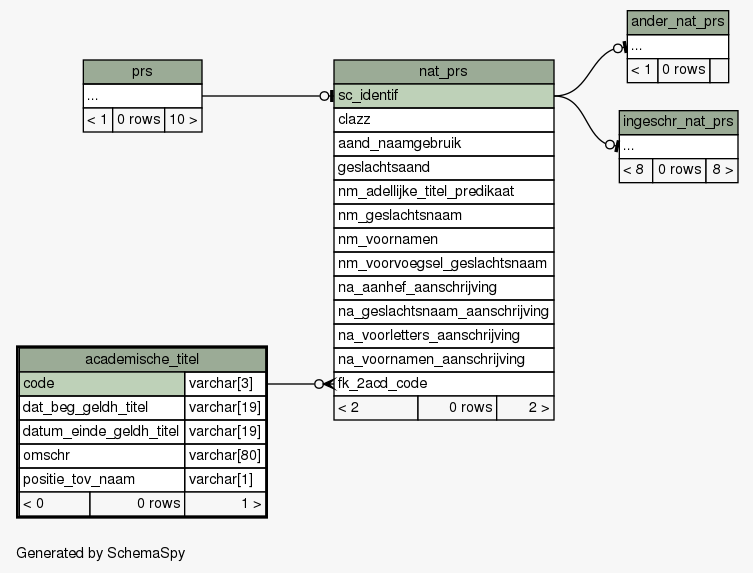
This is datamodel/schemaspy/diagrams/academische_titel.2degrees.png from B3Partners/brmo, a Graphviz export, as it was before one commit. Its source is kept beside it as datamodel/schemaspy/diagrams/academische_titel.2degrees.dot. The source it was exported from:
```dot
digraph "twoDegreesRelationshipsDiagram" {
  graph [
    rankdir="RL"
    bgcolor="#f7f7f7"
    label="\nGenerated by SchemaSpy"
    labeljust="l"
    nodesep="0.18"
    ranksep="0.46"
    fontname="Helvetica"
    fontsize="11"
  ];
  node [
    fontname="Helvetica"
    fontsize="11"
    shape="plaintext"
  ];
  edge [
    arrowsize="0.8"
  ];
  "ander_nat_prs":"elipses":w -> "nat_prs":"sc_identif":e [arrowhead=none dir=back arrowtail=teeodot];
  "ingeschr_nat_prs":"elipses":w -> "nat_prs":"sc_identif":e [arrowhead=none dir=back arrowtail=teeodot];
  "nat_prs":"fk_2acd_code":w -> "academische_titel":"code.type":e [arrowhead=none dir=back arrowtail=crowodot];
  "nat_prs":"sc_identif":w -> "prs":"elipses":e [arrowhead=none dir=back arrowtail=teeodot];
  "academische_titel" [
    label=<
    <TABLE BORDER="2" CELLBORDER="1" CELLSPACING="0" BGCOLOR="#ffffff">
      <TR><TD COLSPAN="3" BGCOLOR="#9bab96" ALIGN="CENTER">academische_titel</TD></TR>
      <TR><TD PORT="code" COLSPAN="2" BGCOLOR="#bed1b8" ALIGN="LEFT">code</TD><TD PORT="code.type" ALIGN="LEFT">varchar[3]</TD></TR>
      <TR><TD PORT="dat_beg_geldh_titel" COLSPAN="2" ALIGN="LEFT">dat_beg_geldh_titel</TD><TD PORT="dat_beg_geldh_titel.type" ALIGN="LEFT">varchar[19]</TD></TR>
      <TR><TD PORT="datum_einde_geldh_titel" COLSPAN="2" ALIGN="LEFT">datum_einde_geldh_titel</TD><TD PORT="datum_einde_geldh_titel.type" ALIGN="LEFT">varchar[19]</TD></TR>
      <TR><TD PORT="omschr" COLSPAN="2" ALIGN="LEFT">omschr</TD><TD PORT="omschr.type" ALIGN="LEFT">varchar[80]</TD></TR>
      <TR><TD PORT="positie_tov_naam" COLSPAN="2" ALIGN="LEFT">positie_tov_naam</TD><TD PORT="positie_tov_naam.type" ALIGN="LEFT">varchar[1]</TD></TR>
      <TR><TD ALIGN="LEFT" BGCOLOR="#f7f7f7">&lt; 0</TD><TD ALIGN="RIGHT" BGCOLOR="#f7f7f7">0 rows</TD><TD ALIGN="RIGHT" BGCOLOR="#f7f7f7">1 &gt;</TD></TR>
    </TABLE>>
    URL="academische_titel.html"
    tooltip="academische_titel"
  ];
  "ander_nat_prs" [
    label=<
    <TABLE BORDER="0" CELLBORDER="1" CELLSPACING="0" BGCOLOR="#ffffff">
      <TR><TD COLSPAN="3" BGCOLOR="#9bab96" ALIGN="CENTER">ander_nat_prs</TD></TR>
      <TR><TD PORT="elipses" COLSPAN="3" ALIGN="LEFT">...</TD></TR>
      <TR><TD ALIGN="LEFT" BGCOLOR="#f7f7f7">&lt; 1</TD><TD ALIGN="RIGHT" BGCOLOR="#f7f7f7">0 rows</TD><TD ALIGN="RIGHT" BGCOLOR="#f7f7f7">  </TD></TR>
    </TABLE>>
    URL="ander_nat_prs.html"
    tooltip="ander_nat_prs"
  ];
  "ingeschr_nat_prs" [
    label=<
    <TABLE BORDER="0" CELLBORDER="1" CELLSPACING="0" BGCOLOR="#ffffff">
      <TR><TD COLSPAN="3" BGCOLOR="#9bab96" ALIGN="CENTER">ingeschr_nat_prs</TD></TR>
      <TR><TD PORT="elipses" COLSPAN="3" ALIGN="LEFT">...</TD></TR>
      <TR><TD ALIGN="LEFT" BGCOLOR="#f7f7f7">&lt; 8</TD><TD ALIGN="RIGHT" BGCOLOR="#f7f7f7">0 rows</TD><TD ALIGN="RIGHT" BGCOLOR="#f7f7f7">8 &gt;</TD></TR>
    </TABLE>>
    URL="ingeschr_nat_prs.html"
    tooltip="ingeschr_nat_prs"
  ];
  "nat_prs" [
    label=<
    <TABLE BORDER="0" CELLBORDER="1" CELLSPACING="0" BGCOLOR="#ffffff">
      <TR><TD COLSPAN="3" BGCOLOR="#9bab96" ALIGN="CENTER">nat_prs</TD></TR>
      <TR><TD PORT="sc_identif" COLSPAN="3" BGCOLOR="#bed1b8" ALIGN="LEFT">sc_identif</TD></TR>
      <TR><TD PORT="clazz" COLSPAN="3" ALIGN="LEFT">clazz</TD></TR>
      <TR><TD PORT="aand_naamgebruik" COLSPAN="3" ALIGN="LEFT">aand_naamgebruik</TD></TR>
      <TR><TD PORT="geslachtsaand" COLSPAN="3" ALIGN="LEFT">geslachtsaand</TD></TR>
      <TR><TD PORT="nm_adellijke_titel_predikaat" COLSPAN="3" ALIGN="LEFT">nm_adellijke_titel_predikaat</TD></TR>
      <TR><TD PORT="nm_geslachtsnaam" COLSPAN="3" ALIGN="LEFT">nm_geslachtsnaam</TD></TR>
      <TR><TD PORT="nm_voornamen" COLSPAN="3" ALIGN="LEFT">nm_voornamen</TD></TR>
      <TR><TD PORT="nm_voorvoegsel_geslachtsnaam" COLSPAN="3" ALIGN="LEFT">nm_voorvoegsel_geslachtsnaam</TD></TR>
      <TR><TD PORT="na_aanhef_aanschrijving" COLSPAN="3" ALIGN="LEFT">na_aanhef_aanschrijving</TD></TR>
      <TR><TD PORT="na_geslachtsnaam_aanschrijving" COLSPAN="3" ALIGN="LEFT">na_geslachtsnaam_aanschrijving</TD></TR>
      <TR><TD PORT="na_voorletters_aanschrijving" COLSPAN="3" ALIGN="LEFT">na_voorletters_aanschrijving</TD></TR>
      <TR><TD PORT="na_voornamen_aanschrijving" COLSPAN="3" ALIGN="LEFT">na_voornamen_aanschrijving</TD></TR>
      <TR><TD PORT="fk_2acd_code" COLSPAN="3" ALIGN="LEFT">fk_2acd_code</TD></TR>
      <TR><TD ALIGN="LEFT" BGCOLOR="#f7f7f7">&lt; 2</TD><TD ALIGN="RIGHT" BGCOLOR="#f7f7f7">0 rows</TD><TD ALIGN="RIGHT" BGCOLOR="#f7f7f7">2 &gt;</TD></TR>
    </TABLE>>
    URL="nat_prs.html"
    tooltip="nat_prs"
  ];
  "prs" [
    label=<
    <TABLE BORDER="0" CELLBORDER="1" CELLSPACING="0" BGCOLOR="#ffffff">
      <TR><TD COLSPAN="3" BGCOLOR="#9bab96" ALIGN="CENTER">prs</TD></TR>
      <TR><TD PORT="elipses" COLSPAN="3" ALIGN="LEFT">...</TD></TR>
      <TR><TD ALIGN="LEFT" BGCOLOR="#f7f7f7">&lt; 1</TD><TD ALIGN="RIGHT" BGCOLOR="#f7f7f7">0 rows</TD><TD ALIGN="RIGHT" BGCOLOR="#f7f7f7">10 &gt;</TD></TR>
    </TABLE>>
    URL="prs.html"
    tooltip="prs"
  ];
}
```
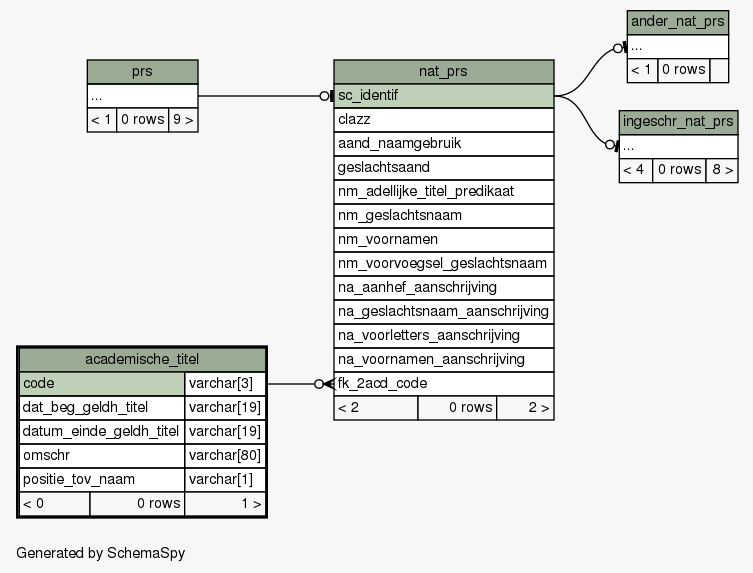
The same file after the commit.

Change to the diagram source:
```diff
@@ -50,7 +50,7 @@
     <TABLE BORDER="0" CELLBORDER="1" CELLSPACING="0" BGCOLOR="#ffffff">
       <TR><TD COLSPAN="3" BGCOLOR="#9bab96" ALIGN="CENTER">ingeschr_nat_prs</TD></TR>
       <TR><TD PORT="elipses" COLSPAN="3" ALIGN="LEFT">...</TD></TR>
-      <TR><TD ALIGN="LEFT" BGCOLOR="#f7f7f7">&lt; 8</TD><TD ALIGN="RIGHT" BGCOLOR="#f7f7f7">0 rows</TD><TD ALIGN="RIGHT" BGCOLOR="#f7f7f7">8 &gt;</TD></TR>
+      <TR><TD ALIGN="LEFT" BGCOLOR="#f7f7f7">&lt; 4</TD><TD ALIGN="RIGHT" BGCOLOR="#f7f7f7">0 rows</TD><TD ALIGN="RIGHT" BGCOLOR="#f7f7f7">8 &gt;</TD></TR>
     </TABLE>>
     URL="ingeschr_nat_prs.html"
     tooltip="ingeschr_nat_prs"
@@ -82,7 +82,7 @@
     <TABLE BORDER="0" CELLBORDER="1" CELLSPACING="0" BGCOLOR="#ffffff">
       <TR><TD COLSPAN="3" BGCOLOR="#9bab96" ALIGN="CENTER">prs</TD></TR>
       <TR><TD PORT="elipses" COLSPAN="3" ALIGN="LEFT">...</TD></TR>
-      <TR><TD ALIGN="LEFT" BGCOLOR="#f7f7f7">&lt; 1</TD><TD ALIGN="RIGHT" BGCOLOR="#f7f7f7">0 rows</TD><TD ALIGN="RIGHT" BGCOLOR="#f7f7f7">10 &gt;</TD></TR>
+      <TR><TD ALIGN="LEFT" BGCOLOR="#f7f7f7">&lt; 1</TD><TD ALIGN="RIGHT" BGCOLOR="#f7f7f7">0 rows</TD><TD ALIGN="RIGHT" BGCOLOR="#f7f7f7">9 &gt;</TD></TR>
     </TABLE>>
     URL="prs.html"
     tooltip="prs"
```
